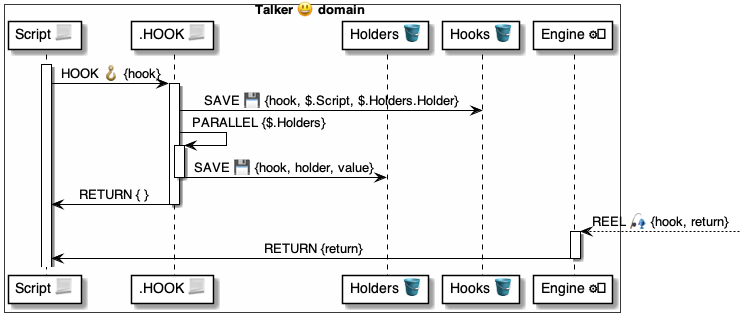
Before: 4 ⚙️ Solution/37 Scripts 📃/📃 Commands ⌘/⌘ for async/HOOK 🪝/🪝 HOOK ⚙️ uml.png, a diagram exported from PlantUML (pollyweb-org/pollyweb-docs). Its source is kept beside it as 4 ⚙️ Solution/37 Scripts 📃/📃 Commands ⌘/⌘ for async/HOOK 🪝/🪝 HOOK ⚙️ uml.puml. Its diagram source:
```plantuml
@startuml Hook

box Talker 😃 domain #FFFFFA
    participant "Script 📃" as script
    participant ".HOOK 📃" as hook
    participant "Holders 🪣" as holders
    participant "Hooks 🪣" as hooks
    participant "Engine ⚙️" as engine
end box



activate script
    script -> hook: HOOK 🪝 {hook}
deactivate script

activate hook
    hook -> hooks: SAVE 💾 {hook, $.Script, $.Holders.Holder}

    hook -> hook: PARALLEL {$.Holders}
    activate hook
        hook -> holders: SAVE 💾 {hook, holder, value}
    deactivate hook


    engine <--  : REEL 🎣 {hook, return}
    activate engine


    hook -> script: RETURN { }
deactivate hook

activate script
    script <- engine : RETURN {return}

deactivate engine

@enduml
```
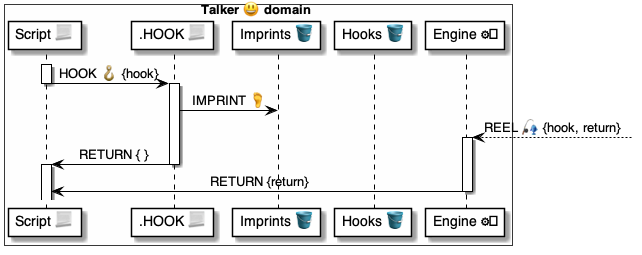
After the change.

The edit, as a diff of the source:
```diff
@@ -3,7 +3,7 @@
 box Talker 😃 domain #FFFFFA
     participant "Script 📃" as script
     participant ".HOOK 📃" as hook
-    participant "Holders 🪣" as holders
+    participant "Imprints 🪣" as imprints
     participant "Hooks 🪣" as hooks
     participant "Engine ⚙️" as engine
 end box
@@ -15,13 +15,7 @@
 deactivate script
 
 activate hook
-    hook -> hooks: SAVE 💾 {hook, $.Script, $.Holders.Holder}
-
-    hook -> hook: PARALLEL {$.Holders}
-    activate hook
-        hook -> holders: SAVE 💾 {hook, holder, value}
-    deactivate hook
-
+    hook -> imprints: IMPRINT 🦶
 
     engine <--  : REEL 🎣 {hook, return}
     activate engine
```
